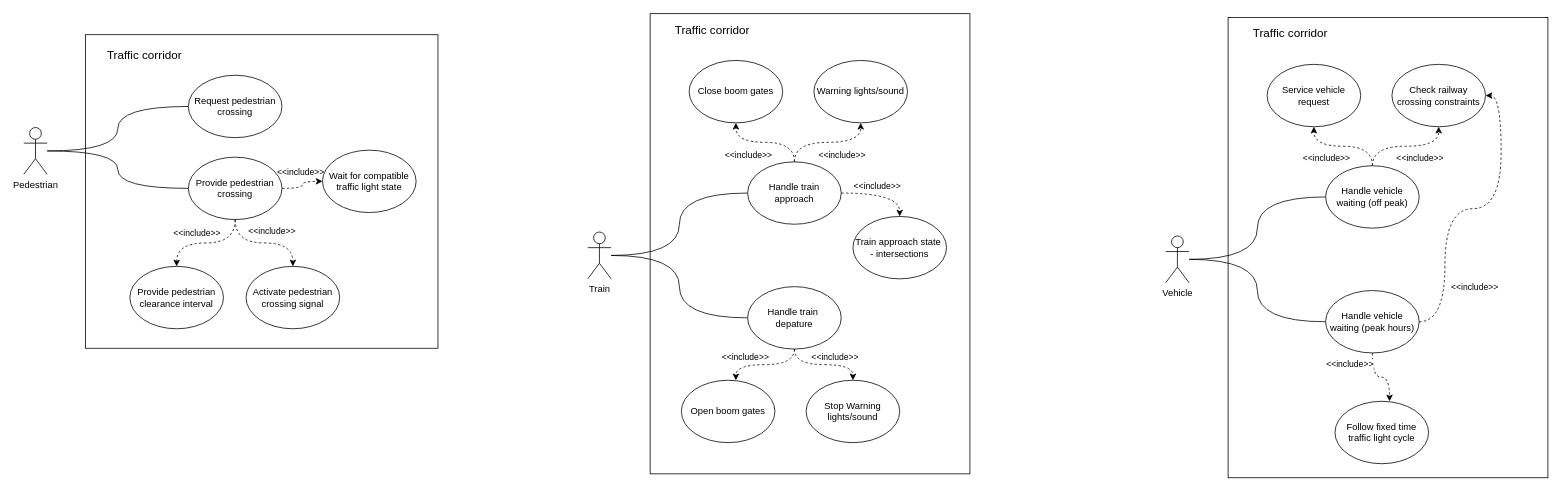
Before: 00_SystemsEngineering/useCases.drawio in JayZiz/RTOS_Project_Group6, a draw.io diagram. Source tidied: cells renumbered, new cells numbered last; positions are measured from the earlier drawing's top-left corner, leaving out a move shared by most shapes. Both pictures are drawn from the tidied source at 78%, with x=0, y=0 at pixel (23, 13).
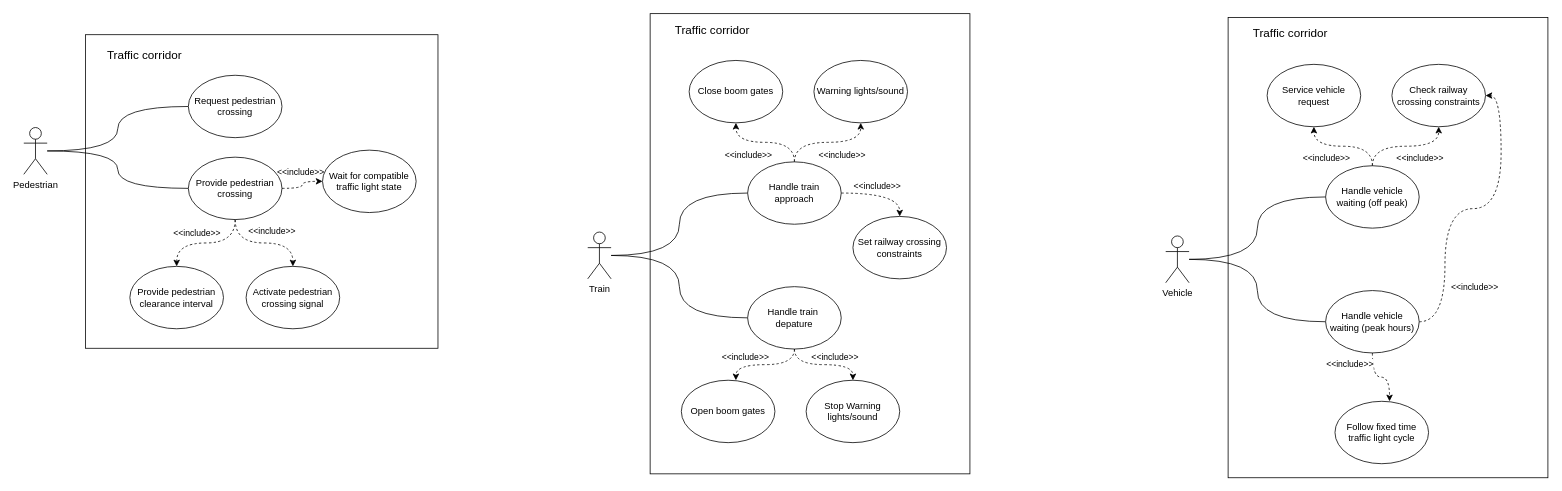
The same page after the edit.

The edit, as a diff of the source:
```diff
@@
-    <mxCell id="22" value="Train approach state&amp;nbsp;&lt;div&gt;- intersections&lt;/div&gt;" style="ellipse;whiteSpace=wrap;html=1;" parent="1" vertex="1">
+    <mxCell id="22" value="Set railway crossing constraints" style="ellipse;whiteSpace=wrap;html=1;" parent="1" vertex="1">
       <mxGeometry x="1063" y="260" width="120" height="80" as="geometry" />
     </mxCell>
```
